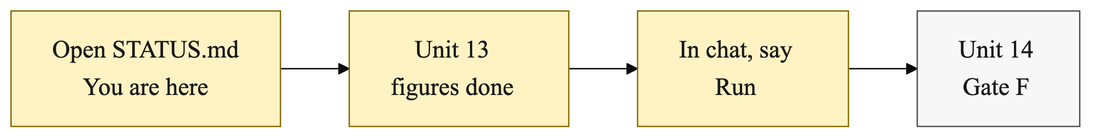
Above: docs/diagrams/what-to-run.png in cauld/scendo (Mermaid), before the change. Its source is kept beside it as docs/diagrams/what-to-run.mmd.
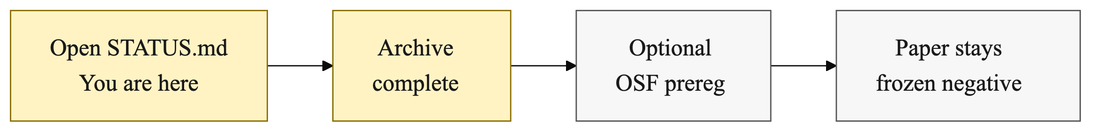
The same diagram one commit later.

Diff of the diagram source:
```diff
@@ -1,10 +1,10 @@
 %%{init: {"theme": "base", "themeVariables": {"fontSize": "18px", "fontFamily": "Helvetica, Arial, sans-serif"}} }%%
 flowchart LR
-  A["Open STATUS.md<br/>You are here"] --> B["Unit 13<br/>figures done"]
-  B --> C["In chat, say<br/>Run"]
-  C --> D["Unit 14<br/>Gate F"]
+  A["Open STATUS.md<br/>You are here"] --> B["Archive<br/>complete"]
+  B --> C["Optional<br/>OSF prereg"]
+  C --> D["Paper stays<br/>frozen negative"]
 
   classDef now fill:#FFF3C4,stroke:#8A6D00,color:#1A1A1A
   classDef step fill:#F7F7F7,stroke:#555555,color:#1A1A1A
-  class A,B,C now
-  class D step
+  class A,B now
+  class C,D step
```
